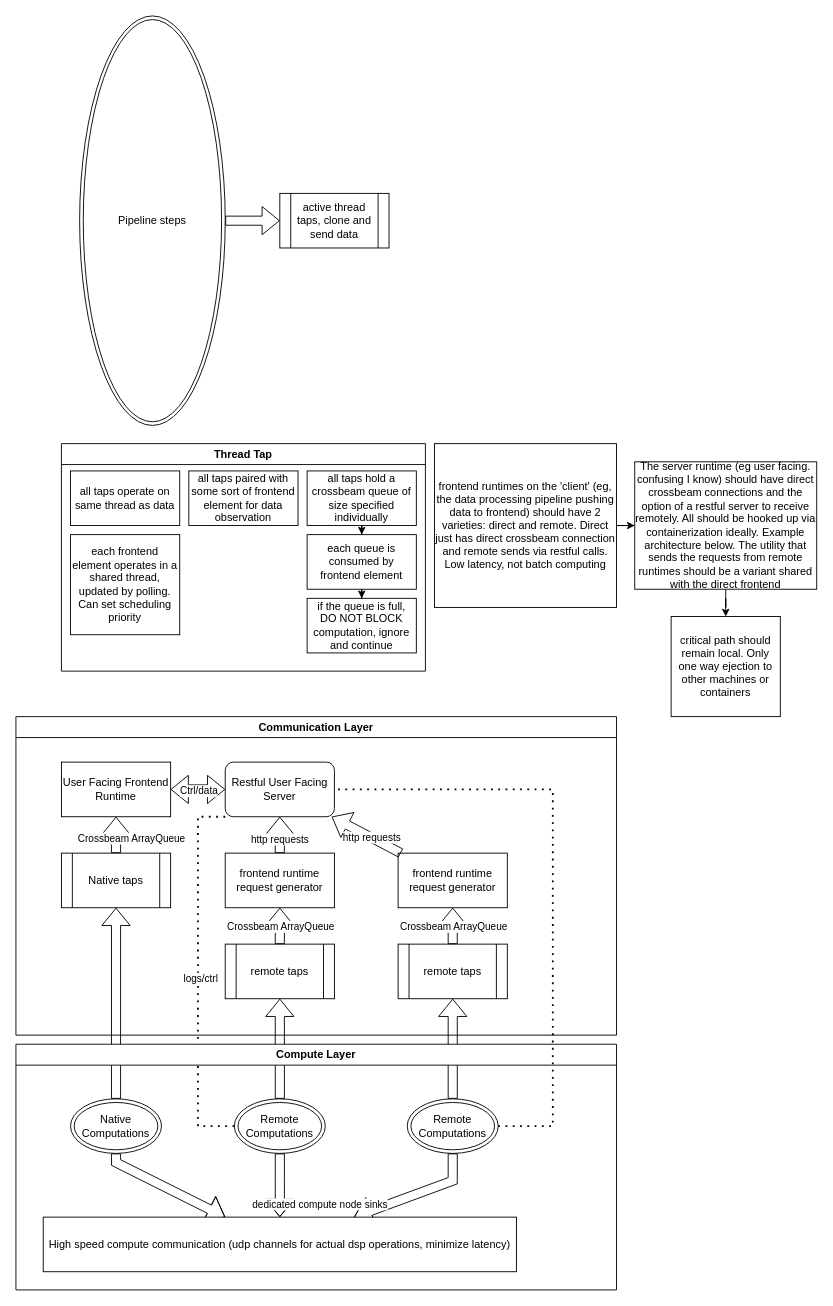
This is drawio/frontend.drawio from MalinkyZubr/ZubrDSP, a draw.io file, before an edit. Source tidied: cells renumbered, new cells numbered last; positions are measured from the earlier drawing's top-left corner, leaving out a move shared by most shapes. Both pictures are drawn from the tidied source at 91%, with x=0, y=0 at pixel (15, 15).
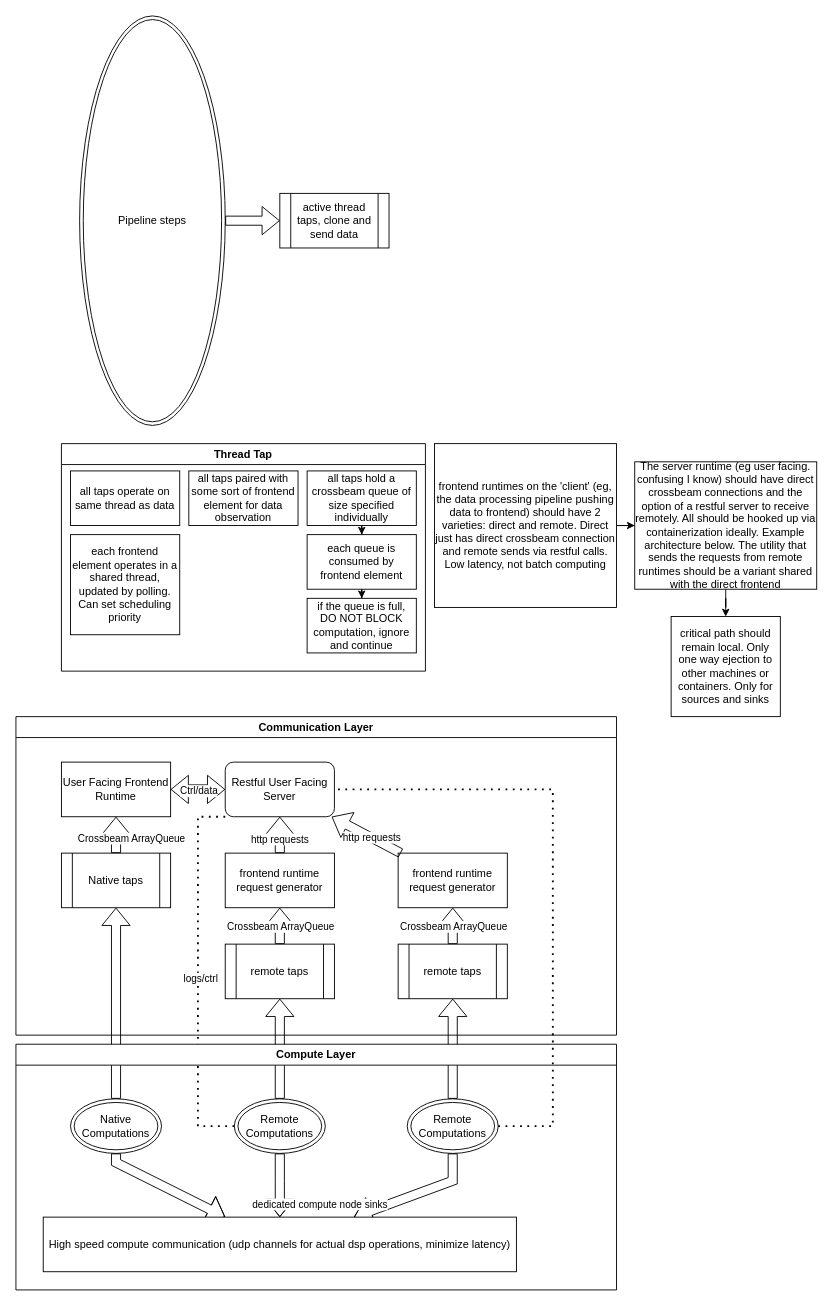
Above is the later version.

Change to the diagram source:
```diff
@@
-    <mxCell id="53" value="critical path should remain local. Only one way ejection to other machines or containers" style="whiteSpace=wrap;html=1;rounded=0;" parent="1" vertex="1">
+    <mxCell id="53" value="critical path should remain local. Only one way ejection to other machines or containers. Only for sources and sinks" style="whiteSpace=wrap;html=1;rounded=0;" parent="1" vertex="1">
       <mxGeometry x="720" y="660" width="120" height="110" as="geometry" />
     </mxCell>
```
